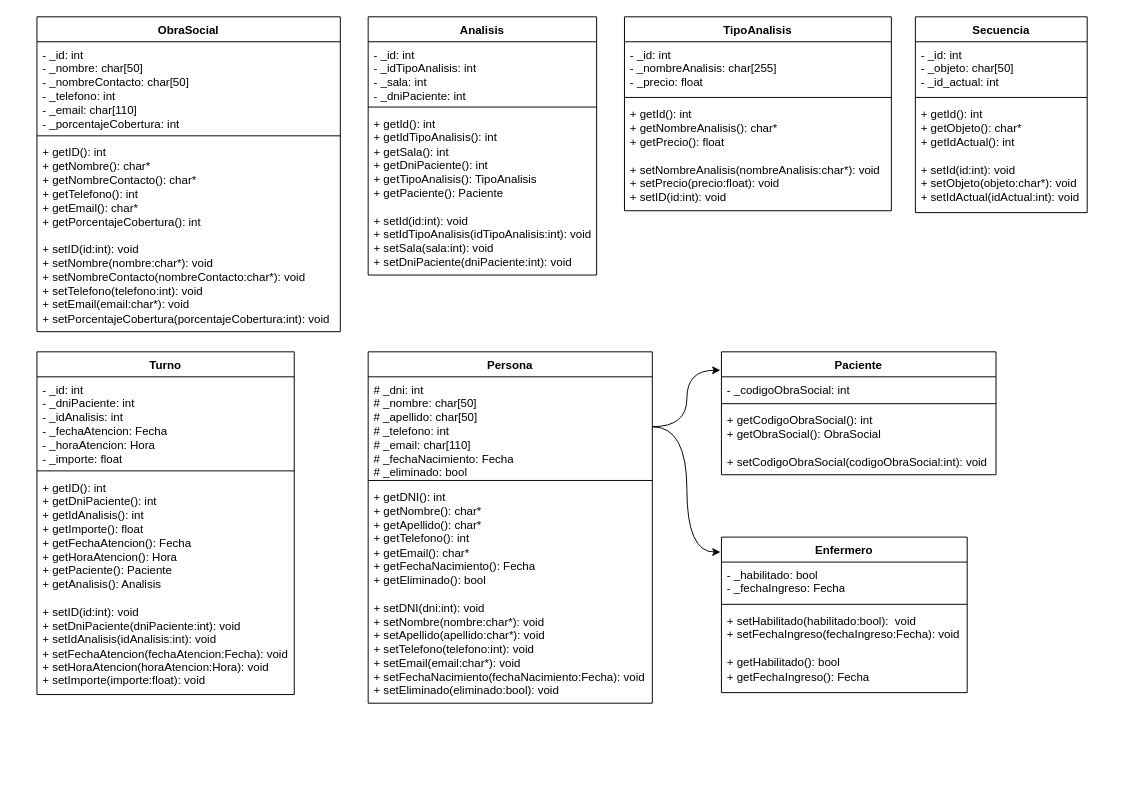
Before: docs/DiagramaDeClases.drawio in ramitules/Grupo01_TPI, a draw.io diagram. Source tidied: cells renumbered, new cells numbered last; positions are measured from the earlier drawing's top-left corner, leaving out a move shared by most shapes. Both pictures are drawn from the tidied source at 96%, with x=0, y=0 at pixel (36, 16).
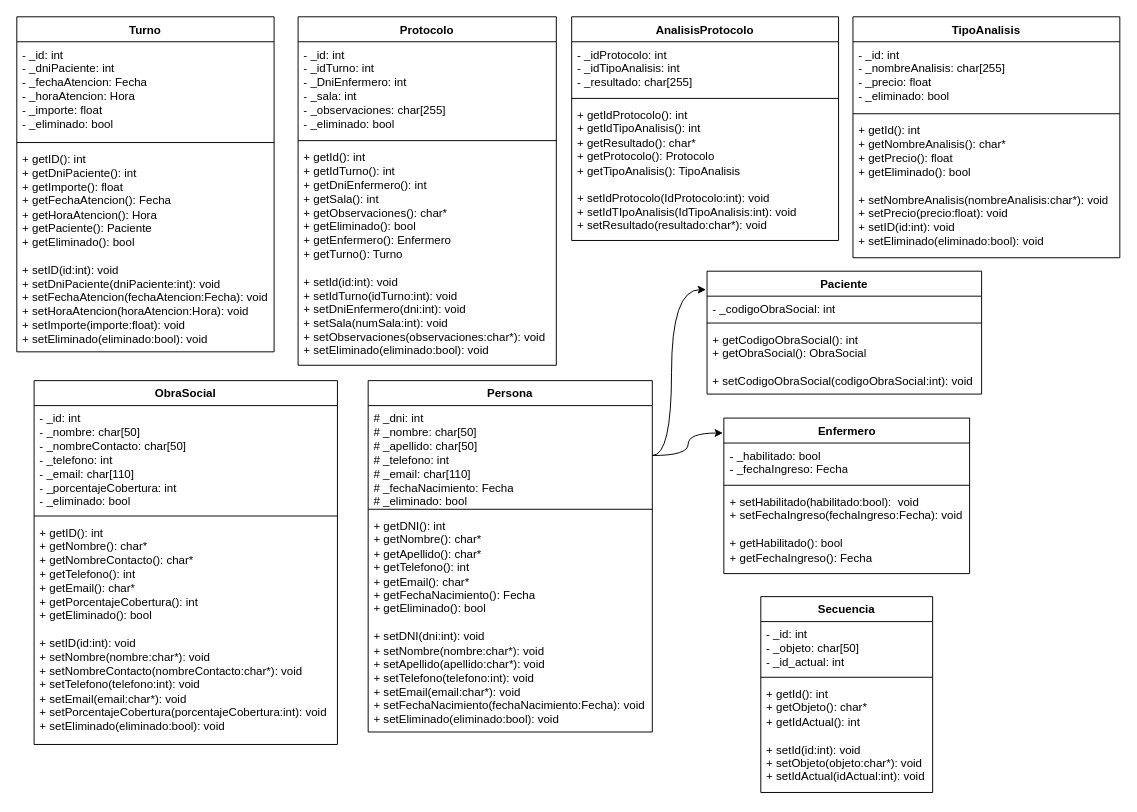
The same page after the edit.

Commit message:
Diagrama de clases actualizado

The change refers to these unchanged cells:
```xml
<mxCell id="31" value="# _dni: int&lt;div&gt;# _nombre: char[50]&lt;/div&gt;&lt;div&gt;&lt;div&gt;# _apellido: char[50]&lt;/div&gt;&lt;/div&gt;&lt;div&gt;# _telefono: int&lt;/div&gt;&lt;div&gt;# _email: char[110]&lt;/div&gt;&lt;div&gt;# _fechaNacimiento: Fecha&lt;/div&gt;&lt;div&gt;# _eliminado: bool&lt;/div&gt;" style="text;strokeColor=none;fillColor=none;align=left;verticalAlign=top;spacingLeft=4;spacingRight=4;overflow=hidden;points=[[0,0.5],[1,0.5]];portConstraint=eastwest;whiteSpace=wrap;html=1;" parent="30" vertex="1">
  <mxGeometry y="26" width="296" height="104" as="geometry" />
</mxCell>
```

Diff of the diagram source:
```diff
@@
-    <mxCell id="2" value="Analisis" style="swimlane;fontStyle=1;align=center;verticalAlign=top;horizontal=1;startSize=26;whiteSpace=wrap;html=1;" parent="1" vertex="1">
-      <mxGeometry x="345" width="238" height="269" as="geometry" />
+    <mxCell id="2" value="Protocolo" style="swimlane;fontStyle=1;align=center;verticalAlign=top;horizontal=1;startSize=26;whiteSpace=wrap;html=1;" parent="1" vertex="1">
+      <mxGeometry x="272" width="269" height="363" as="geometry" />
     </mxCell>
-    <mxCell id="3" value="- _id: int&lt;div&gt;- _idTipoAnalisis: int&lt;/div&gt;&lt;div&gt;- _sala: int&lt;/div&gt;&lt;div&gt;- _dniPaciente: int&lt;/div&gt;" style="text;strokeColor=none;fillColor=none;align=left;verticalAlign=top;spacingLeft=4;spacingRight=4;overflow=hidden;whiteSpace=wrap;html=1;" parent="2" vertex="1">
-      <mxGeometry y="26" width="238" height="64" as="geometry" />
+    <mxCell id="3" value="- _id: int&lt;div&gt;- _idTurno: int&lt;/div&gt;&lt;div&gt;- _DniEnfermero: int&lt;/div&gt;&lt;div&gt;- _sala: int&lt;/div&gt;&lt;div&gt;- _observaciones: char[255]&lt;/div&gt;&lt;div&gt;- _eliminado: bool&lt;/div&gt;" style="text;strokeColor=none;fillColor=none;align=left;verticalAlign=top;spacingLeft=4;spacingRight=4;overflow=hidden;whiteSpace=wrap;html=1;" parent="2" vertex="1">
+      <mxGeometry y="26" width="269" height="99" as="geometry" />
     </mxCell>
     <mxCell id="4" style="line;strokeWidth=1;fillColor=none;align=left;verticalAlign=middle;spacingTop=-1;spacingLeft=3;spacingRight=3;labelPosition=right;strokeColor=inherit;" parent="2" vertex="1">
-      <mxGeometry y="90" width="238" height="8" as="geometry" />
+      <mxGeometry y="125" width="269" height="8" as="geometry" />
     </mxCell>
-    <mxCell id="5" value="+ getId(): int&lt;div&gt;+ getIdTipoAnalisis(): int&lt;/div&gt;&lt;div&gt;+ getSala(): int&lt;/div&gt;&lt;div&gt;+ getDniPaciente(): int&lt;/div&gt;&lt;div&gt;+ getTipoAnalisis(): TipoAnalisis&lt;/div&gt;&lt;div&gt;+ getPaciente(): Paciente&lt;/div&gt;&lt;div&gt;&lt;br&gt;&lt;/div&gt;&lt;div&gt;+ setId(id:int): void&lt;/div&gt;&lt;div&gt;+ setIdTipoAnalisis(idTipoAnalisis:int): void&lt;/div&gt;&lt;div&gt;+ setSala(sala:int): void&lt;/div&gt;&lt;div&gt;+ setDniPaciente(dniPaciente:int): void&lt;/div&gt;" style="text;strokeColor=none;fillColor=none;align=left;verticalAlign=top;spacingLeft=4;spacingRight=4;overflow=hidden;whiteSpace=wrap;html=1;" parent="2" vertex="1">
-      <mxGeometry y="98" width="238" height="171" as="geometry" />
+    <mxCell id="5" value="+ getId(): int&lt;div&gt;+ getIdTurno(): int&lt;/div&gt;&lt;div&gt;+ getDniEnfermero(): int&lt;/div&gt;&lt;div&gt;+ getSala(): int&lt;/div&gt;&lt;div&gt;+ getObservaciones(): char*&lt;/div&gt;&lt;div&gt;+ getEliminado(): bool&lt;/div&gt;&lt;div&gt;+ getEnfermero(): Enfermero&lt;/div&gt;&lt;div&gt;+ getTurno(): Turno&lt;/div&gt;&lt;div&gt;&lt;br&gt;&lt;/div&gt;&lt;div&gt;+ setId(id:int): void&lt;/div&gt;&lt;div&gt;+ setIdTurno(idTurno:int): void&lt;/div&gt;&lt;div&gt;+ setDniEnfermero(dni:int): void&lt;/div&gt;&lt;div&gt;+ setSala(numSala:int): void&lt;/div&gt;&lt;div&gt;+ setObservaciones(observaciones:char*): void&lt;/div&gt;&lt;div&gt;+ setEliminado(eliminado:bool): void&lt;/div&gt;" style="text;strokeColor=none;fillColor=none;align=left;verticalAlign=top;spacingLeft=4;spacingRight=4;overflow=hidden;whiteSpace=wrap;html=1;" parent="2" vertex="1">
+      <mxGeometry y="133" width="269" height="230" as="geometry" />
     </mxCell>
     <mxCell id="6" value="TipoAnalisis" style="swimlane;fontStyle=1;align=center;verticalAlign=top;horizontal=1;startSize=26;whiteSpace=wrap;html=1;" parent="1" vertex="1">
-      <mxGeometry x="612" width="278" height="202" as="geometry" />
+      <mxGeometry x="850" width="278" height="251" as="geometry" />
     </mxCell>
-    <mxCell id="7" value="- _id: int&lt;div&gt;- _nombreAnalisis: char[255]&lt;/div&gt;&lt;div&gt;- _precio: float&lt;/div&gt;" style="text;strokeColor=none;fillColor=none;align=left;verticalAlign=top;spacingLeft=4;spacingRight=4;overflow=hidden;whiteSpace=wrap;html=1;" parent="6" vertex="1">
-      <mxGeometry y="26" width="278" height="54" as="geometry" />
+    <mxCell id="7" value="- _id: int&lt;div&gt;- _nombreAnalisis: char[255]&lt;/div&gt;&lt;div&gt;- _precio: float&lt;/div&gt;&lt;div&gt;- _eliminado: bool&lt;/div&gt;" style="text;strokeColor=none;fillColor=none;align=left;verticalAlign=top;spacingLeft=4;spacingRight=4;overflow=hidden;whiteSpace=wrap;html=1;" parent="6" vertex="1">
+      <mxGeometry y="26" width="278" height="71" as="geometry" />
     </mxCell>
     <mxCell id="8" style="line;strokeWidth=1;fillColor=none;align=left;verticalAlign=middle;spacingTop=-1;spacingLeft=3;spacingRight=3;labelPosition=right;strokeColor=inherit;" parent="6" vertex="1">
-      <mxGeometry y="80" width="278" height="8" as="geometry" />
+      <mxGeometry y="97" width="278" height="8" as="geometry" />
     </mxCell>
-    <mxCell id="9" value="+ getId(): int&lt;div&gt;+ getNombreAnalisis(): char*&lt;/div&gt;&lt;div&gt;+ getPrecio(): float&lt;/div&gt;&lt;div&gt;&lt;br&gt;&lt;/div&gt;&lt;div&gt;+ setNombreAnalisis(nombreAnalisis:char*): void&lt;/div&gt;&lt;div&gt;+ setPrecio(precio:float): void&lt;/div&gt;&lt;div&gt;+ setID(id:int): void&lt;/div&gt;" style="text;strokeColor=none;fillColor=none;align=left;verticalAlign=top;spacingLeft=4;spacingRight=4;overflow=hidden;whiteSpace=wrap;html=1;" parent="6" vertex="1">
-      <mxGeometry y="88" width="278" height="114" as="geometry" />
+    <mxCell id="9" value="+ getId(): int&lt;div&gt;+ getNombreAnalisis(): char*&lt;/div&gt;&lt;div&gt;+ getPrecio(): float&lt;/div&gt;&lt;div&gt;+ getEliminado(): bool&lt;/div&gt;&lt;div&gt;&lt;br&gt;&lt;/div&gt;&lt;div&gt;+ setNombreAnalisis(nombreAnalisis:char*): void&lt;/div&gt;&lt;div&gt;+ setPrecio(precio:float): void&lt;/div&gt;&lt;div&gt;+ setID(id:int): void&lt;/div&gt;&lt;div&gt;+ setEliminado(eliminado:bool): void&lt;/div&gt;" style="text;strokeColor=none;fillColor=none;align=left;verticalAlign=top;spacingLeft=4;spacingRight=4;overflow=hidden;whiteSpace=wrap;html=1;" parent="6" vertex="1">
+      <mxGeometry y="105" width="278" height="146" as="geometry" />
     </mxCell>
     <mxCell id="10" value="Secuencia" style="swimlane;fontStyle=1;align=center;verticalAlign=top;horizontal=1;startSize=26;whiteSpace=wrap;html=1;" parent="1" vertex="1">
-      <mxGeometry x="915" width="179" height="204" as="geometry" />
+      <mxGeometry x="754" y="604" width="179" height="204" as="geometry" />
     </mxCell>
@@
     <mxCell id="14" value="Paciente" style="swimlane;fontStyle=1;align=center;verticalAlign=top;horizontal=1;startSize=26;whiteSpace=wrap;html=1;" parent="1" vertex="1">
-      <mxGeometry x="713" y="349" width="286" height="128" as="geometry" />
+      <mxGeometry x="698" y="265" width="286" height="128" as="geometry" />
     </mxCell>
@@
     <mxCell id="18" value="Turno" style="swimlane;fontStyle=1;align=center;verticalAlign=top;horizontal=1;startSize=26;whiteSpace=wrap;html=1;" parent="1" vertex="1">
-      <mxGeometry y="349" width="268" height="357" as="geometry" />
+      <mxGeometry x="-21" width="268" height="349" as="geometry" />
     </mxCell>
-    <mxCell id="19" value="- _id: int&lt;div&gt;- _dniPaciente: int&lt;/div&gt;&lt;div&gt;&lt;div&gt;- _idAnalisis: int&lt;/div&gt;&lt;div&gt;&lt;span style=&quot;background-color: transparent; color: light-dark(rgb(0, 0, 0), rgb(255, 255, 255));&quot;&gt;- _fechaAtencion: Fecha&lt;/span&gt;&lt;/div&gt;&lt;/div&gt;&lt;div&gt;- _horaAtencion: Hora&lt;/div&gt;&lt;div&gt;- _importe: float&lt;br&gt;&lt;/div&gt;" style="text;strokeColor=none;fillColor=none;align=left;verticalAlign=top;spacingLeft=4;spacingRight=4;overflow=hidden;whiteSpace=wrap;html=1;" parent="18" vertex="1">
-      <mxGeometry y="26" width="268" height="94" as="geometry" />
+    <mxCell id="19" value="- _id: int&lt;div&gt;- _dniPaciente: int&lt;/div&gt;&lt;div&gt;&lt;div&gt;&lt;span style=&quot;background-color: transparent; color: light-dark(rgb(0, 0, 0), rgb(255, 255, 255));&quot;&gt;- _fechaAtencion: Fecha&lt;/span&gt;&lt;/div&gt;&lt;/div&gt;&lt;div&gt;- _horaAtencion: Hora&lt;/div&gt;&lt;div&gt;- _importe: float&lt;br&gt;&lt;/div&gt;&lt;div&gt;- _eliminado: bool&lt;/div&gt;" style="text;strokeColor=none;fillColor=none;align=left;verticalAlign=top;spacingLeft=4;spacingRight=4;overflow=hidden;whiteSpace=wrap;html=1;" parent="18" vertex="1">
+      <mxGeometry y="26" width="268" height="101" as="geometry" />
     </mxCell>
     <mxCell id="20" style="line;strokeWidth=1;fillColor=none;align=left;verticalAlign=middle;spacingTop=-1;spacingLeft=3;spacingRight=3;labelPosition=right;strokeColor=inherit;" parent="18" vertex="1">
-      <mxGeometry y="120" width="268" height="8" as="geometry" />
+      <mxGeometry y="127" width="268" height="8" as="geometry" />
     </mxCell>
-    <mxCell id="21" value="+ getID(): int&lt;div&gt;+ getDniPaciente(): int&lt;/div&gt;&lt;div&gt;+ getIdAnalisis(): int&lt;/div&gt;&lt;div&gt;+ getImporte(): float&lt;/div&gt;&lt;div&gt;+ getFechaAtencion(): Fecha&lt;/div&gt;&lt;div&gt;+ getHoraAtencion(): Hora&lt;/div&gt;&lt;div&gt;+ getPaciente(): Paciente&lt;/div&gt;&lt;div&gt;+ getAnalisis(): Analisis&lt;/div&gt;&lt;div&gt;&lt;br&gt;&lt;/div&gt;&lt;div&gt;+ setID(id:int): void&lt;/div&gt;&lt;div&gt;+ setDniPaciente(dniPaciente:int): void&lt;/div&gt;&lt;div&gt;+ setIdAnalisis(idAnalisis:int): void&lt;/div&gt;&lt;div&gt;+ setFechaAtencion(fechaAtencion:Fecha): void&lt;/div&gt;&lt;div&gt;+ setHoraAtencion(horaAtencion:Hora): void&lt;/div&gt;&lt;div&gt;+ setImporte(importe:float): void&lt;/div&gt;" style="text;strokeColor=none;fillColor=none;align=left;verticalAlign=top;spacingLeft=4;spacingRight=4;overflow=hidden;whiteSpace=wrap;html=1;" parent="18" vertex="1">
-      <mxGeometry y="128" width="268" height="229" as="geometry" />
+    <mxCell id="21" value="+ getID(): int&lt;div&gt;+ getDniPaciente(): int&lt;/div&gt;&lt;div&gt;&lt;span style=&quot;background-color: transparent; color: light-dark(rgb(0, 0, 0), rgb(255, 255, 255));&quot;&gt;+ getImporte(): float&lt;/span&gt;&lt;/div&gt;&lt;div&gt;+ getFechaAtencion(): Fecha&lt;/div&gt;&lt;div&gt;+ getHoraAtencion(): Hora&lt;/div&gt;&lt;div&gt;+ getPaciente(): Paciente&lt;/div&gt;&lt;div&gt;&lt;span style=&quot;background-color: transparent; color: light-dark(rgb(0, 0, 0), rgb(255, 255, 255));&quot;&gt;+ getEliminado(): bool&lt;/span&gt;&lt;/div&gt;&lt;div&gt;&lt;br&gt;&lt;/div&gt;&lt;div&gt;+ setID(id:int): void&lt;/div&gt;&lt;div&gt;+ setDniPaciente(dniPaciente:int): void&lt;/div&gt;&lt;div&gt;&lt;span style=&quot;background-color: transparent; color: light-dark(rgb(0, 0, 0), rgb(255, 255, 255));&quot;&gt;+ setFechaAtencion(fechaAtencion:Fecha): void&lt;/span&gt;&lt;/div&gt;&lt;div&gt;+ setHoraAtencion(horaAtencion:Hora): void&lt;/div&gt;&lt;div&gt;+ setImporte(importe:float): void&lt;/div&gt;&lt;div&gt;+ setEliminado(eliminado:bool): void&lt;/div&gt;" style="text;strokeColor=none;fillColor=none;align=left;verticalAlign=top;spacingLeft=4;spacingRight=4;overflow=hidden;whiteSpace=wrap;html=1;" parent="18" vertex="1">
+      <mxGeometry y="135" width="268" height="214" as="geometry" />
     </mxCell>
     <mxCell id="22" value="ObraSocial" style="swimlane;fontStyle=1;align=center;verticalAlign=top;horizontal=1;startSize=26;whiteSpace=wrap;html=1;" parent="1" vertex="1">
-      <mxGeometry width="316" height="328" as="geometry" />
+      <mxGeometry x="-3" y="379" width="316" height="379" as="geometry" />
     </mxCell>
-    <mxCell id="23" value="- _id: int&lt;div&gt;- _nombre: char[50]&lt;/div&gt;&lt;div&gt;- _nombreContacto: char[50]&lt;/div&gt;&lt;div&gt;- _telefono: int&lt;/div&gt;&lt;div&gt;- _email: char[110]&lt;/div&gt;&lt;div&gt;- _porcentajeCobertura: int&lt;/div&gt;" style="text;strokeColor=none;fillColor=none;align=left;verticalAlign=top;spacingLeft=4;spacingRight=4;overflow=hidden;whiteSpace=wrap;html=1;" parent="22" vertex="1">
-      <mxGeometry y="26" width="316" height="94" as="geometry" />
+    <mxCell id="23" value="- _id: int&lt;div&gt;- _nombre: char[50]&lt;/div&gt;&lt;div&gt;- _nombreContacto: char[50]&lt;/div&gt;&lt;div&gt;- _telefono: int&lt;/div&gt;&lt;div&gt;- _email: char[110]&lt;/div&gt;&lt;div&gt;- _porcentajeCobertura: int&lt;/div&gt;&lt;div&gt;- _eliminado: bool&lt;/div&gt;" style="text;strokeColor=none;fillColor=none;align=left;verticalAlign=top;spacingLeft=4;spacingRight=4;overflow=hidden;whiteSpace=wrap;html=1;" parent="22" vertex="1">
+      <mxGeometry y="26" width="316" height="111" as="geometry" />
     </mxCell>
     <mxCell id="24" style="line;strokeWidth=1;fillColor=none;align=left;verticalAlign=middle;spacingTop=-1;spacingLeft=3;spacingRight=3;labelPosition=right;strokeColor=inherit;" parent="22" vertex="1">
-      <mxGeometry y="120" width="316" height="8" as="geometry" />
+      <mxGeometry y="137" width="316" height="8" as="geometry" />
     </mxCell>
-    <mxCell id="25" value="&lt;div&gt;&lt;div&gt;+ getID(): int&lt;/div&gt;&lt;div&gt;+ getNombre(): char*&lt;/div&gt;&lt;div&gt;+ getNombreContacto(): char*&lt;/div&gt;&lt;div&gt;+ getTelefono(): int&lt;/div&gt;&lt;div&gt;+ getEmail(): char*&lt;/div&gt;&lt;div&gt;+ getPorcentajeCobertura(): int&lt;/div&gt;&lt;/div&gt;&lt;div&gt;&lt;br&gt;&lt;/div&gt;+ setID(id:int): void&lt;div&gt;+ setNombre(nombre:char*): void&lt;/div&gt;&lt;div&gt;&lt;div&gt;+ setNombreContacto(nombreContacto:char*): void&lt;/div&gt;&lt;/div&gt;&lt;div&gt;&lt;div&gt;+ setTelefono(telefono:int): void&lt;/div&gt;&lt;/div&gt;&lt;div&gt;&lt;div&gt;+ setEmail(email:char*): void&lt;/div&gt;&lt;/div&gt;&lt;div&gt;&lt;div&gt;+ setPorcentajeCobertura(porcentajeCobertura:int): void&lt;/div&gt;&lt;/div&gt;" style="text;strokeColor=none;fillColor=none;align=left;verticalAlign=top;spacingLeft=4;spacingRight=4;overflow=hidden;whiteSpace=wrap;html=1;" parent="22" vertex="1">
-      <mxGeometry y="128" width="316" height="200" as="geometry" />
+    <mxCell id="25" value="&lt;div&gt;&lt;div&gt;+ getID(): int&lt;/div&gt;&lt;div&gt;+ getNombre(): char*&lt;/div&gt;&lt;div&gt;+ getNombreContacto(): char*&lt;/div&gt;&lt;div&gt;+ getTelefono(): int&lt;/div&gt;&lt;div&gt;+ getEmail(): char*&lt;/div&gt;&lt;div&gt;+ getPorcentajeCobertura(): int&lt;/div&gt;&lt;/div&gt;&lt;div&gt;+ getEliminado(): bool&lt;/div&gt;&lt;div&gt;&lt;br&gt;&lt;/div&gt;+ setID(id:int): void&lt;div&gt;+ setNombre(nombre:char*): void&lt;/div&gt;&lt;div&gt;&lt;div&gt;+ setNombreContacto(nombreContacto:char*): void&lt;/div&gt;&lt;/div&gt;&lt;div&gt;&lt;div&gt;+ setTelefono(telefono:int): void&lt;/div&gt;&lt;/div&gt;&lt;div&gt;&lt;div&gt;+ setEmail(email:char*): void&lt;/div&gt;&lt;/div&gt;&lt;div&gt;&lt;div&gt;+ setPorcentajeCobertura(porcentajeCobertura:int): void&lt;/div&gt;&lt;/div&gt;&lt;div&gt;+ setEliminado(eliminado:bool): void&lt;/div&gt;" style="text;strokeColor=none;fillColor=none;align=left;verticalAlign=top;spacingLeft=4;spacingRight=4;overflow=hidden;whiteSpace=wrap;html=1;" parent="22" vertex="1">
+      <mxGeometry y="145" width="316" height="234" as="geometry" />
     </mxCell>
     <mxCell id="26" value="Enfermero" style="swimlane;fontStyle=1;align=center;verticalAlign=top;horizontal=1;startSize=26;whiteSpace=wrap;html=1;" parent="1" vertex="1">
-      <mxGeometry x="713" y="542" width="256" height="162" as="geometry" />
+      <mxGeometry x="715.5" y="418" width="256" height="162" as="geometry" />
     </mxCell>
@@
     <mxCell id="30" value="Persona" style="swimlane;fontStyle=1;align=center;verticalAlign=top;horizontal=1;startSize=26;whiteSpace=wrap;html=1;" parent="1" vertex="1">
-      <mxGeometry x="345" y="349" width="296" height="366" as="geometry" />
+      <mxGeometry x="345" y="379" width="296" height="366" as="geometry" />
     </mxCell>
@@
     <mxCell id="34" style="edgeStyle=orthogonalEdgeStyle;rounded=0;jettySize=auto;html=1;entryX=-0.004;entryY=0.15;entryDx=0;entryDy=0;entryPerimeter=0;curved=1;" parent="1" edge="1" source="31" target="14">
-      <mxGeometry relative="1" as="geometry" />
+      <mxGeometry relative="1" as="geometry">
+        <Array as="points">
+          <mxPoint x="661" y="457" />
+          <mxPoint x="661" y="284" />
+        </Array>
+      </mxGeometry>
     </mxCell>
@@
+    <mxCell id="36" value="AnalisisProtocolo" style="swimlane;fontStyle=1;align=center;verticalAlign=top;horizontal=1;startSize=26;whiteSpace=wrap;html=1;" parent="1" vertex="1">
+      <mxGeometry x="557" width="278" height="233" as="geometry" />
+    </mxCell>
+    <mxCell id="37" value="- _idProtocolo: int&lt;div&gt;- _idTipoAnalisis: int&lt;/div&gt;&lt;div&gt;- _resultado: char[255]&lt;/div&gt;" style="text;strokeColor=none;fillColor=none;align=left;verticalAlign=top;spacingLeft=4;spacingRight=4;overflow=hidden;whiteSpace=wrap;html=1;" parent="36" vertex="1">
+      <mxGeometry y="26" width="278" height="55" as="geometry" />
+    </mxCell>
+    <mxCell id="38" style="line;strokeWidth=1;fillColor=none;align=left;verticalAlign=middle;spacingTop=-1;spacingLeft=3;spacingRight=3;labelPosition=right;strokeColor=inherit;" parent="36" vertex="1">
+      <mxGeometry y="81" width="278" height="8" as="geometry" />
+    </mxCell>
+    <mxCell id="39" value="+ getIdProtocolo(): int&lt;div&gt;+ getIdTipoAnalisis(): int&lt;/div&gt;&lt;div&gt;+ getResultado(): char*&lt;/div&gt;&lt;div&gt;+ getProtocolo(): Protocolo&lt;/div&gt;&lt;div&gt;+ getTipoAnalisis(): TipoAnalisis&lt;/div&gt;&lt;div&gt;&lt;br&gt;&lt;/div&gt;&lt;div&gt;+ setIdProtocolo(IdProtocolo:int): void&lt;/div&gt;&lt;div&gt;+ setIdTIpoAnalisis(IdTipoAnalisis:int): void&lt;/div&gt;&lt;div&gt;+ setResultado(resultado:char*): void&lt;br&gt;&lt;/div&gt;" style="text;strokeColor=none;fillColor=none;align=left;verticalAlign=top;spacingLeft=4;spacingRight=4;overflow=hidden;whiteSpace=wrap;html=1;" parent="36" vertex="1">
+      <mxGeometry y="89" width="278" height="144" as="geometry" />
+    </mxCell>
```
